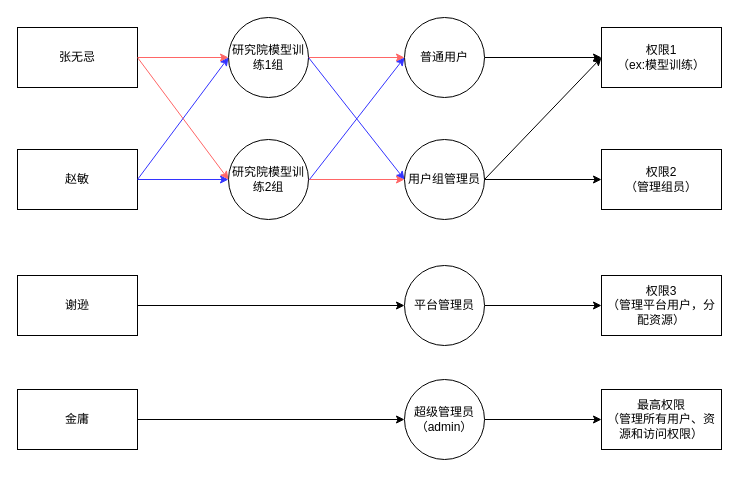
This is Untitled Diagram.drawio from NorthQF/EddieFlowchart, a draw.io file, before an edit. Source tidied: cells renumbered, new cells numbered last; positions are measured from the earlier drawing's top-left corner, leaving out a move shared by most shapes. Both pictures are drawn from the tidied source at 100%, with x=0, y=0 at pixel (17, 17).
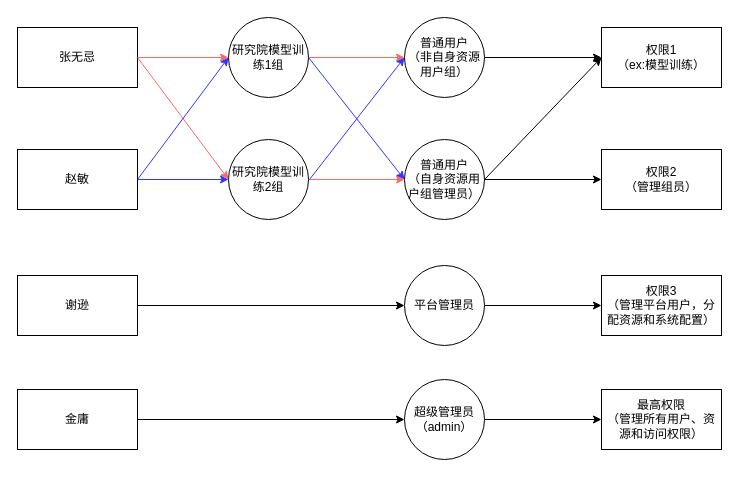
The same page after the edit.

Change to the diagram source:
```diff
@@
-    <mxCell id="9" value="用户组管理员" style="ellipse;whiteSpace=wrap;html=1;" parent="1" vertex="1">
+    <mxCell id="9" value="普通用户&lt;br&gt;（自身资源用户组管理员）" style="ellipse;whiteSpace=wrap;html=1;" parent="1" vertex="1">
       <mxGeometry x="387" y="122" width="80" height="80" as="geometry" />
     </mxCell>
@@
-    <mxCell id="15" value="普通用户" style="ellipse;whiteSpace=wrap;html=1;" parent="1" vertex="1">
+    <mxCell id="15" value="普通用户&lt;br&gt;（非自身资源用户组）" style="ellipse;whiteSpace=wrap;html=1;" parent="1" vertex="1">
       <mxGeometry x="387" width="80" height="80" as="geometry" />
     </mxCell>
@@
-    <mxCell id="20" value="权限3&lt;br&gt;（管理平台用户，分配资源）" style="rounded=0;whiteSpace=wrap;html=1;" parent="1" vertex="1">
+    <mxCell id="20" value="权限3&lt;br&gt;（管理平台用户，分配资源和系统配置）" style="rounded=0;whiteSpace=wrap;html=1;" parent="1" vertex="1">
       <mxGeometry x="584" y="258" width="120" height="60" as="geometry" />
     </mxCell>
```
